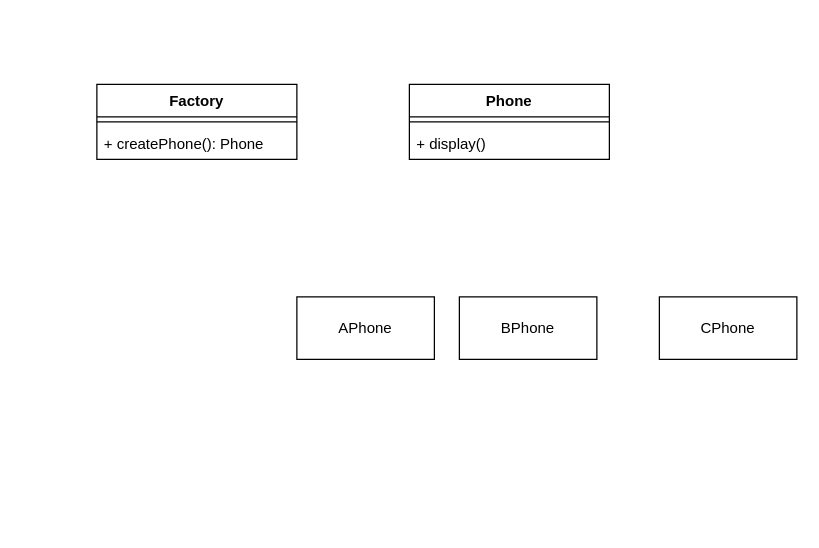
This is Factory_DesignPattern.drawio from yayaer123/drawio_demo, a draw.io file, before an edit. Source tidied: cells renumbered, new cells numbered last; positions are measured from the earlier drawing's top-left corner, leaving out a move shared by most shapes. Both pictures are drawn from the tidied source at 125%, with x=0, y=0 at pixel (96, 84).
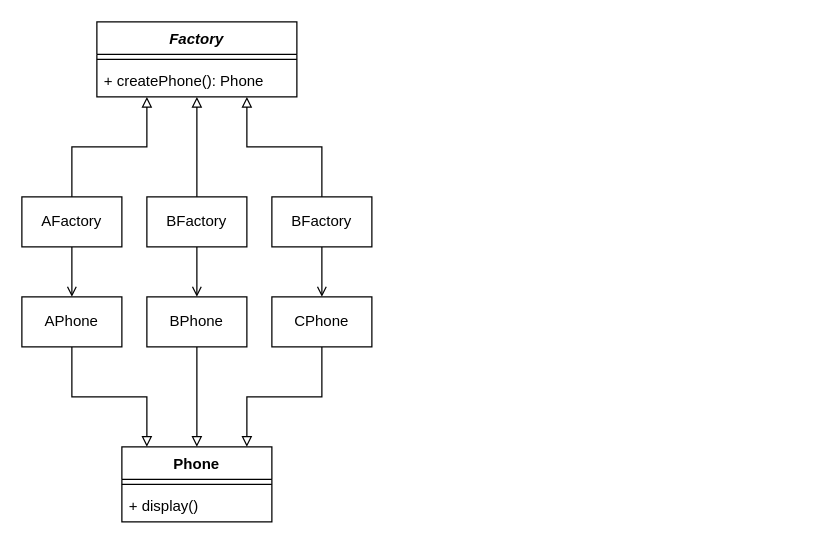
The same page after the edit.

Diff of the diagram source:
```diff
@@
-    <mxCell id="2" value="Factory" style="swimlane;fontStyle=1;align=center;verticalAlign=top;horizontal=1;startSize=26;whiteSpace=wrap;html=1;" parent="1" vertex="1">
-      <mxGeometry width="160" height="60" as="geometry" />
+    <mxCell id="2" value="&lt;i&gt;Factory&lt;/i&gt;" style="swimlane;fontStyle=1;align=center;verticalAlign=top;horizontal=1;startSize=26;whiteSpace=wrap;html=1;" parent="1" vertex="1">
+      <mxGeometry y="-50" width="160" height="60" as="geometry" />
     </mxCell>
@@
     <mxCell id="5" value="&lt;div&gt;&lt;span style=&quot;background-color: initial;&quot;&gt;Phone&lt;/span&gt;&lt;/div&gt;" style="swimlane;fontStyle=1;align=center;verticalAlign=top;horizontal=1;startSize=26;whiteSpace=wrap;html=1;" parent="1" vertex="1">
-      <mxGeometry x="250" width="160" height="60" as="geometry" />
+      <mxGeometry x="20" y="290" width="120" height="60" as="geometry" />
     </mxCell>
     <mxCell id="6" style="line;strokeWidth=1;fillColor=none;align=left;verticalAlign=middle;spacingTop=-1;spacingLeft=3;spacingRight=3;labelPosition=right;strokeColor=inherit;" parent="5" vertex="1">
-      <mxGeometry y="26" width="160" height="8" as="geometry" />
+      <mxGeometry y="26" width="120" height="8" as="geometry" />
     </mxCell>
     <mxCell id="7" value="+ display()" style="text;strokeColor=none;fillColor=none;align=left;verticalAlign=top;spacingLeft=4;spacingRight=4;overflow=hidden;whiteSpace=wrap;html=1;" parent="5" vertex="1">
-      <mxGeometry y="34" width="160" height="26" as="geometry" />
+      <mxGeometry y="34" width="120" height="26" as="geometry" />
     </mxCell>
+    <mxCell id="11" style="rounded=0;jettySize=auto;html=1;endArrow=block;endFill=0;edgeStyle=orthogonalEdgeStyle;" parent="1" edge="1" source="8" target="5">
+      <mxGeometry relative="1" as="geometry">
+        <Array as="points">
+          <mxPoint x="-20" y="250" />
+          <mxPoint x="40" y="250" />
+        </Array>
+      </mxGeometry>
+    </mxCell>
     <mxCell id="8" value="APhone" style="html=1;whiteSpace=wrap;" parent="1" vertex="1">
-      <mxGeometry x="160" y="170" width="110" height="50" as="geometry" />
+      <mxGeometry x="-60" y="170" width="80" height="40" as="geometry" />
     </mxCell>
+    <mxCell id="12" style="rounded=0;jettySize=auto;html=1;endArrow=block;endFill=0;edgeStyle=orthogonalEdgeStyle;" parent="1" edge="1" source="9" target="5">
+      <mxGeometry relative="1" as="geometry" />
+    </mxCell>
     <mxCell id="9" value="BPhone" style="html=1;whiteSpace=wrap;" parent="1" vertex="1">
-      <mxGeometry x="290" y="170" width="110" height="50" as="geometry" />
+      <mxGeometry x="40" y="170" width="80" height="40" as="geometry" />
     </mxCell>
+    <mxCell id="13" style="rounded=0;jettySize=auto;html=1;endArrow=block;endFill=0;edgeStyle=orthogonalEdgeStyle;" parent="1" edge="1" source="10" target="5">
+      <mxGeometry relative="1" as="geometry">
+        <Array as="points">
+          <mxPoint x="180" y="250" />
+          <mxPoint x="120" y="250" />
+        </Array>
+      </mxGeometry>
+    </mxCell>
     <mxCell id="10" value="CPhone" style="html=1;whiteSpace=wrap;" parent="1" vertex="1">
-      <mxGeometry x="450" y="170" width="110" height="50" as="geometry" />
+      <mxGeometry x="140" y="170" width="80" height="40" as="geometry" />
     </mxCell>
+    <mxCell id="14" style="edgeStyle=orthogonalEdgeStyle;rounded=0;jettySize=auto;html=1;endArrow=block;endFill=0;" parent="1" edge="1" source="16" target="2">
+      <mxGeometry relative="1" as="geometry">
+        <Array as="points">
+          <mxPoint x="-20" y="50" />
+          <mxPoint x="40" y="50" />
+        </Array>
+      </mxGeometry>
+    </mxCell>
+    <mxCell id="15" style="edgeStyle=orthogonalEdgeStyle;rounded=0;jettySize=auto;html=1;endArrow=open;endFill=0;" parent="1" edge="1" source="16" target="8">
+      <mxGeometry relative="1" as="geometry" />
+    </mxCell>
+    <mxCell id="16" value="AFactory" style="html=1;whiteSpace=wrap;" parent="1" vertex="1">
+      <mxGeometry x="-60" y="90" width="80" height="40" as="geometry" />
+    </mxCell>
+    <mxCell id="17" style="edgeStyle=orthogonalEdgeStyle;rounded=0;jettySize=auto;html=1;endArrow=block;endFill=0;" parent="1" edge="1" source="19" target="2">
+      <mxGeometry relative="1" as="geometry">
+        <Array as="points">
+          <mxPoint x="180" y="50" />
+          <mxPoint x="120" y="50" />
+        </Array>
+      </mxGeometry>
+    </mxCell>
+    <mxCell id="18" style="edgeStyle=orthogonalEdgeStyle;rounded=0;jettySize=auto;html=1;endArrow=open;endFill=0;" parent="1" edge="1" source="19" target="10">
+      <mxGeometry relative="1" as="geometry" />
+    </mxCell>
+    <mxCell id="19" value="BFactory" style="html=1;whiteSpace=wrap;" parent="1" vertex="1">
+      <mxGeometry x="140" y="90" width="80" height="40" as="geometry" />
+    </mxCell>
+    <mxCell id="20" style="edgeStyle=orthogonalEdgeStyle;rounded=0;jettySize=auto;html=1;endArrow=block;endFill=0;" parent="1" edge="1" source="22" target="2">
+      <mxGeometry relative="1" as="geometry" />
+    </mxCell>
+    <mxCell id="21" style="edgeStyle=orthogonalEdgeStyle;rounded=0;jettySize=auto;html=1;endArrow=open;endFill=0;" parent="1" edge="1" source="22" target="9">
+      <mxGeometry relative="1" as="geometry" />
+    </mxCell>
+    <mxCell id="22" value="BFactory" style="html=1;whiteSpace=wrap;" parent="1" vertex="1">
+      <mxGeometry x="40" y="90" width="80" height="40" as="geometry" />
+    </mxCell>
```
